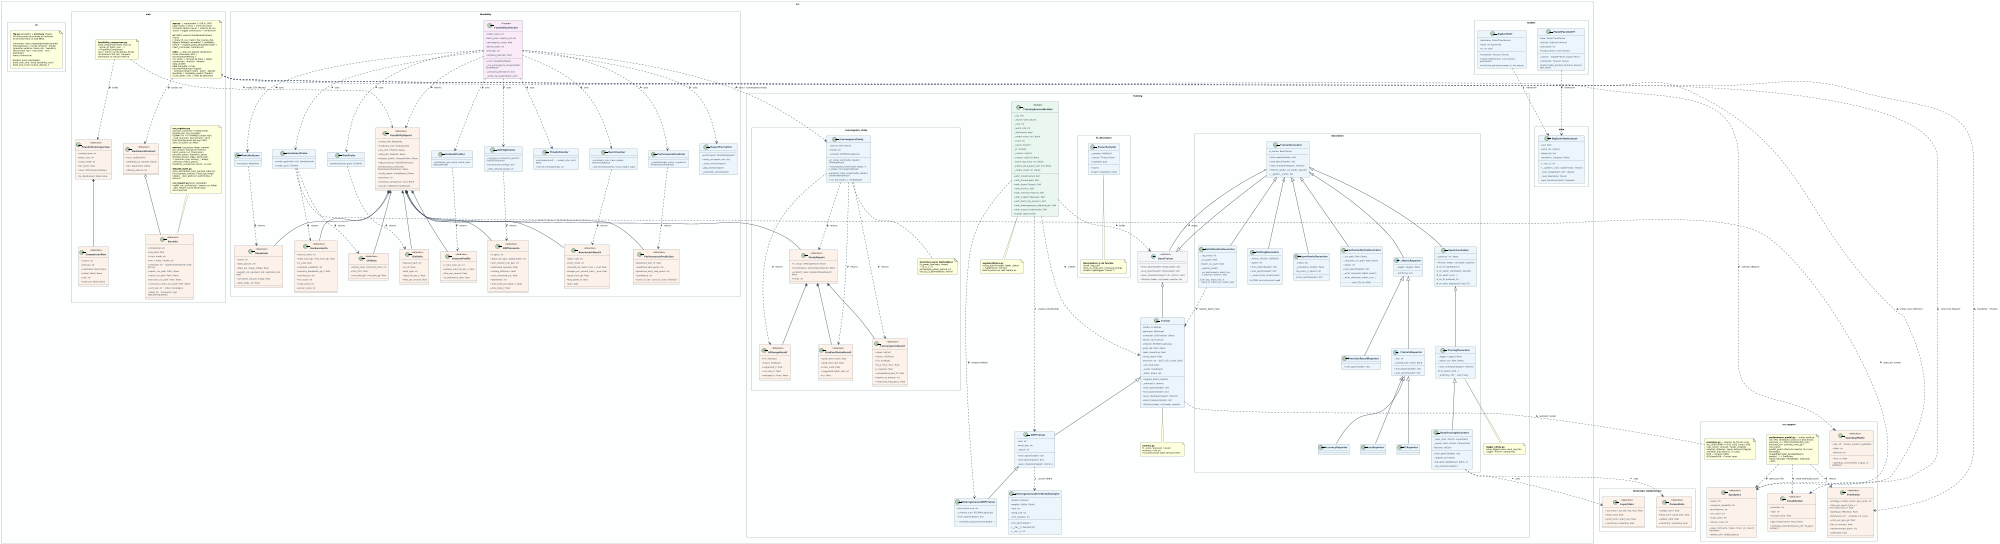
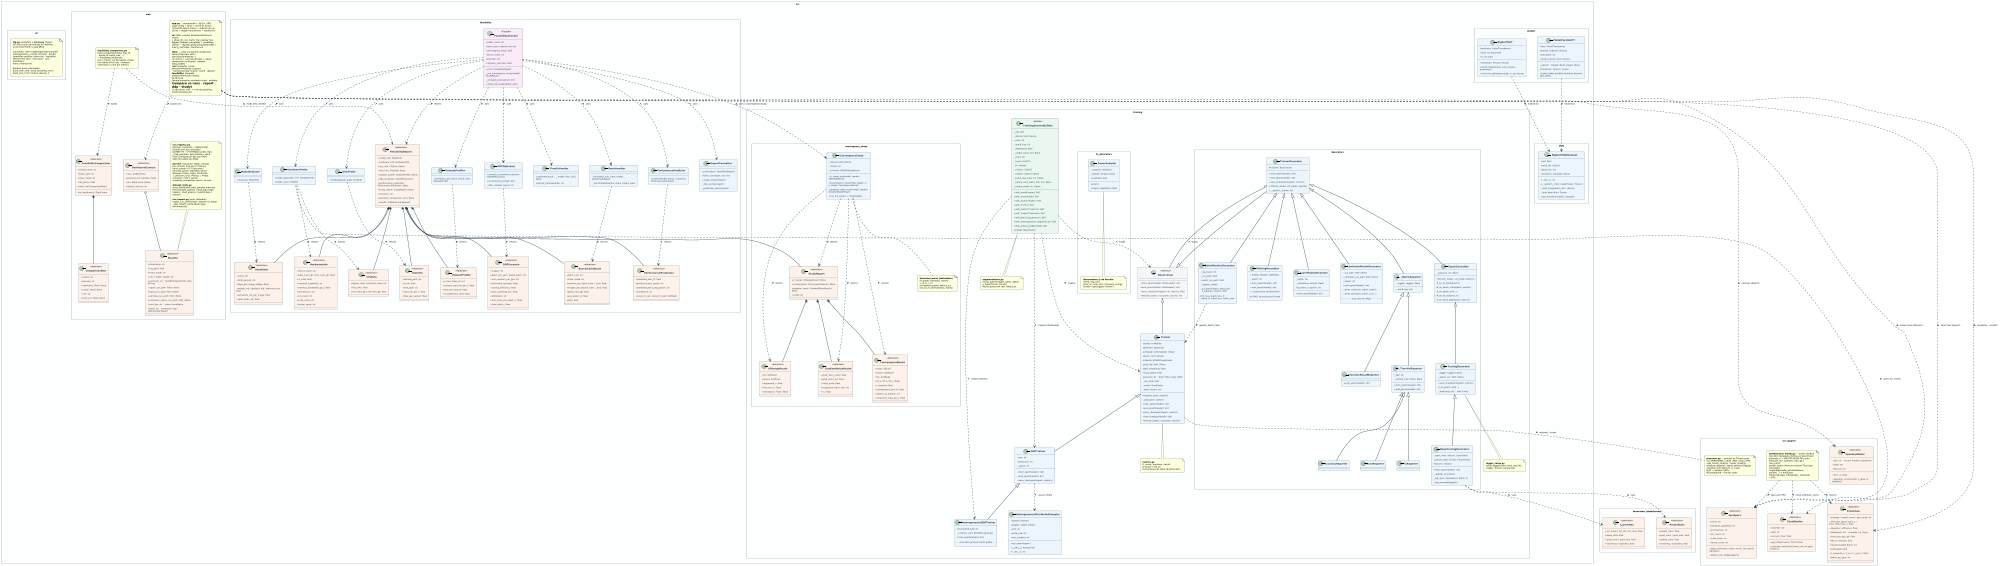
@startuml class_diagram
scale 2000 width
skinparam backgroundColor #FFFFFF
skinparam monochrome false
skinparam classAttributeIconSize 0
skinparam defaultFontName "DejaVu Sans"
skinparam defaultFontSize 9
skinparam classFontStyle bold
skinparam classFontSize 10
skinparam classHeaderBackgroundColor #1A5276
skinparam classBorderColor #2C3E50
skinparam classBackgroundColor #EBF5FB
skinparam arrowColor #2C3E50
skinparam arrowThickness 1.5
skinparam roundCorner 8
skinparam padding 4
skinparam nodesep 50
skinparam ranksep 55
skinparam wrapWidth 200
skinparam packageStyle rectangle
skinparam packageBorderColor #95A5A6
skinparam packageBackgroundColor #FDFEFE

' ════════════════════════════════════════════════════════════════
' PACKAGE: src.training
' ════════════════════════════════════════════════════════════════
package "src.training" #FDFEFE {

  abstract class BaseTrainer <<abstract>> {
    {abstract} + train_epoch(loader: DataLoader): dict
    {abstract} + eval_epoch(loader: DataLoader): dict
    {abstract} + save_checkpoint(epoch: int, metrics: dict)
    {abstract} + fit(train_loader, val_loader, epochs: int)
  }

  class Trainer {
    - model: nn.Module
    - optimizer: Optimizer
    - scheduler: LRScheduler | None
    - device: torch.device
    - criterion: BCEWithLogitsLoss
    - grad_clip: float | None
    - label_smoothing: float
    - mixup_alpha: float
    - precision: str  ' fp32 | tf32 | amp | bf16
    - _use_amp: bool
    - _scaler: GradScaler
    - _batch_hooks: list
    + register_batch_hook(fn)
    - _autocast(): context
    + train_epoch(loader): dict
    + eval_epoch(loader): dict
    + save_checkpoint(epoch, metrics)
    + load_checkpoint(path): dict
    + fit(train_loader, val_loader, epochs)
  }

  class DDPTrainer {
    - rank: int
    - world_size: int
    - _epoch: int
    ' precision reenviada a Trainer
    + train_epoch(loader): dict
    + eval_epoch(loader): dict
    + save_checkpoint(epoch, metrics)
  }

  class HeterogeneousDDPTrainer {
    - local_batch_size: int
    - _criterion_sum: BCEWithLogitsLoss
    + train_epoch(loader): dict
    .. normaliza grad por batch global ..
  }

  class TrainingSessionBuilder <<Builder>> {
    - _cfg: dict
    - _device: torch.device
    - _rank: int
    - _world_size: int
    - _distributed: bool
    - _model_name: str | None
    - _trace: str
    - _layers: list[str]
    - _fn: list[str]
    - _metrics: list[str]
    - _inspect: set[str] | None
    - _batch_log_every: int | None
    - _hetero_local_batch_size: int | None
    - _output_mode: str | None
    + with_model(name): Self
    + with_trace(mode): Self
    + with_layers(*layers): Self
    + with_fn(*fns): Self
    + with_metrics(*metrics): Self
    + with_inspect(*features): Self
    + with_batch_log_every(n): Self
    + with_heterogeneous_ddp(local_bs): Self
    + with_output_mode(mode): Self
    + build(): BaseTrainer
  }

  class HeterogeneousDistributedSampler {
    - dataset: Dataset
    - weights: list[int | float]
    - rank: int
    - world_size: int
    - num_samples: int
    + set_epoch(epoch)
    + __iter__(): Iterator[int]
    + __len__(): int
  }

  note as aug_note
    **augmentations.py**
    mixup_batch(images, labels, alpha)
    → tuple[Tensor, Tensor]
    Mezcla pares con coef. Beta(α,α).
  end note

  note as metrics_note
    **metrics.py**
    f1_score / precision / recall /
    accuracy / eta_str
    Funciones puras sobre tensores GPU.
  end note

  note as logger_note
    **logger_setup.py**
    setup_logger(name, level, log_file)
    Logger "trainer" compartido.
  end note

}

' ════════════════════════════════════════════════════════════════
' PACKAGE: src.training.convergence_study  (estudio empírico v4)
' ════════════════════════════════════════════════════════════════
package "src.training.convergence_study" #FDFEFE {

  class ConvergenceStudy {
    - _device: torch.device
    - _family: str
    - _criterion: BCEWithLogitsLoss
    + lr_range_test(model, loader): LRRangeResult
    + convergence_test(model, loader, lr, n_steps): ConvergenceResult
    + gradient_noise_scale(model, loader): GradientNoiseResult
    + run_full_study(...): StudyReport
  }

  class LRRangeResult <<dataclass>> {
    + lrs: list[float]
    + losses: list[float]
    + suggested_lr: float
    + min_loss_lr: float
    + diverged_lr: float | None
  }

  class ConvergenceResult <<dataclass>> {
    + steps: list[int]
    + losses: list[float]
    + f1s: list[float]
    + fit_a / fit_b / fit_c: float
    + r_squared: float
    + extrapolated_best_f1: float
    + epochs_to_plateau: int
    + measured_imgs_per_s: float
  }

  class GradientNoiseResult <<dataclass>> {
    + grad_norm_mean: float
    + grad_norm_std: float
    + noise_scale: float
    + suggested_batch_size: int
    + cv: float
  }

  class StudyReport <<dataclass>> {
    + lr_range: LRRangeResult | None
    + convergence: ConvergenceResult | None
    + gradient_noise: GradientNoiseResult | None
    + notes: str
  }

  note as fit_note
    **funciones puras (testeables)**
    fit_power_law(steps, losses)
    → (a, b, c, r²)
    extrapolate_power_law(a,b,c,t)
    loss_to_f1_estimate(loss, family)
  end note

}

' ════════════════════════════════════════════════════════════════
' PACKAGE: src.training.decorators
' ════════════════════════════════════════════════════════════════
package "src.training.decorators" #FDFEFE {

  class TrainerDecorator {
    # _trainer: BaseTrainer
    + train_epoch(loader): dict
    + eval_epoch(loader): dict
    + save_checkpoint(epoch, metrics)
    + fit(train_loader, val_loader, epochs)
    + __getattr__(name: str)
  }

  class EpochController {
    - _patience: int | None
    + fit(train_loader, val_loader, epochs)
    # _on_fit_start(epochs)
    # _on_epoch_start(epoch, epochs)
    # _on_epoch_end(...)
    # _on_fit_end(best_f1)
    # _on_early_stop(epoch, best_f1)
  }

  class TracingDecorator {
    - _logger: Logger | None
    - _epoch_csv: Path | None
    + save_checkpoint(epoch, metrics)
    # _on_epoch_end(...)
    - _emit(msg: str)  ' rank 0 only
  }

  class DeepTracingDecorator {
    - _layer_stats: dict[str, LayerStats]
    - _param_stats: dict[str, ParamStats]
    - features: set[str]
    + train_epoch(loader): dict
    - _register_all_hooks()
    - _log_layer_table(epoch, batch, n)
    - _log_anomalies(epoch)
  }

  class PlottingDecorator {
    - _history: dict[str, list[float]]
    - _epoch: int
    + train_epoch(loader): dict
    + eval_epoch(loader): dict
    + _record_train_result(result)
    .. sin PNG: acumula para la web ..
  }

  class LayerHooksDecorator {
    - _hooks: list
    - _activations: dict[str, float]
    - log_every_n_epochs: int
    + train_epoch(loader): dict
  }

  class ConfusionMatrixDecorator {
    - _csv_path: Path | None
    - _confusion_csv_path: Path | None
    - _epoch: int
    + eval_epoch(loader): dict
    - _write_csv(preds, labels, epoch)
    - _write_confusion_matrix_csv(...)
    .. solo CSV (sin PNG) ..
  }

  class BatchMonitorDecorator {
    - _log_every: int
    - _csv_path: Path
    + batch_csv_path: Path
    - _register_hook()
    - _on_batch(epoch, batch_idx,\n  n_batches, metrics: dict)
    .. CSV: loss, batch_loss, lr,\n  batch_f1, batch_acc, batch_prec ..
  }

  abstract class _MetricReporter {
    - _logger: Logger | None
    - _emit(msg: str)
  }

  abstract class _TrainValReporter {
    - _key: str
    - _cached_train: float | None
    + train_epoch(loader): dict
    + eval_epoch(loader): dict
  }

  class LossReporter
  class F1Reporter
  class AccuracyReporter
  class PrecisionRecallReporter {
    + eval_epoch(loader): dict
  }

}

' ════════════════════════════════════════════════════════════════
' PACKAGE: src.training.decorators — dataclasses internas
' ════════════════════════════════════════════════════════════════
package "decorators (dataclasses)" #FDFEFE {

  class LayerStats <<dataclass>> {
    + act_mean / act_std / act_max: float
    + dead_ratio: float
    + grad_norm / grad_max: float
    + vanishing / exploding: bool
  }

  class ParamStats <<dataclass>> {
    + weight_norm: float
    + grad_norm / grad_max: float
    + update_ratio: float
    + vanishing / exploding: bool
  }

}

' ════════════════════════════════════════════════════════════════
' PACKAGE: src.training.fn_decorators
' ════════════════════════════════════════════════════════════════
package "src.training.fn_decorators" #FDFEFE {

  class _PowerSampler {
    - _samples: list[float]
    - _thread: Thread | None
    + available: bool
    + start()
    + stop(): tuple[float, float]
  }

  note as fn_note
    **Decoradores @ de función**
    timed / log_call /
    retry_on_cuda_oom / measure_energy
    Rutean a getLogger("trainer").
  end note

  _PowerSampler .. fn_note

}

' ════════════════════════════════════════════════════════════════
' PACKAGE: src.models / src.data
' ════════════════════════════════════════════════════════════════
package "src.models" #FDFEFE {
  class BigEarthViT {
    - backbone: VisionTransformer
    - head: nn.Sequential
    + is_vit: bool
    + forward(x: Tensor): Tensor
    + build_model(name, num_classes, pretrained)
    + build_llrd_optimizer(model, lr, wd, decay)
  }

  class ModelParallelViT {
    ' paralelismo de modelo (pipeline naive)
    - base: VisionTransformer
    - devices: list[torch.device]
    - split_block: int
    + output_device: torch.device
    - _place()  ' stage0→dev0, stage1→dev1
    + forward(x: Tensor): Tensor
    + build_model_parallel_vit(name, devices, split_block)
  }
}

' ════════════════════════════════════════════════════════════════
' PACKAGE: src (módulos de soporte — feasibility/web)
' ════════════════════════════════════════════════════════════════
package "src.support" as support #FDFEFE {

  class GpuSpecs <<dataclass>> {
    + name: str
    + compute_capability: str
    + architecture: str
    + sm_count: int
    + cuda_cores: int
    + tensor_cores: int
    + specs_for(name, major, minor, sm_count): GpuSpecs
    + detect_all(): list[GpuSpecs]
  }

  class SpeedupModel <<dataclass>> {
    + key: str  ' linear | amdahl | gustafson
    + label: str
    + formula: str
    + fn(n, s): float
    + speedup_curve(model, n_gpus, s): list[float]
  }

  class CloudOption <<dataclass>> {
    + provider: str
    + gpu: str
    + usd_per_hour: float
    + gpu_tflops(name): float | None
    + estimate_costs(total_hours_ref, ref_gpu): list[dict]
  }

  class Prediction <<dataclass>> {
    ' src.performance_model — predictor analítico
    + strategy / model_name / gpu_name: str
    + time_per_epoch_train_s / time_total_train_s: float
    + speedup / efficiency: float
    + bottleneck: str  ' compute | io | sync
    + vram_per_gpu_gb: float
    + fits_in_memory: bool
    + recommended_batch: int
    + calibrated: bool
+     + t_compute_s / t_io_s / t_sync_s: float
+     + batch_per_gpu: int
  }

  note as perfmodel_note
    **performance_model.py** — motor analítico
    (sin GPU, testeable). Estima sin benchmark:
    estimate_rc = MFU·TFLOPS/FLOPs_train
    estimate_rio / estimate_vram_gb / max_batch
    predict_epoch (fórmula maestra T(n,π) por
    estrategia: single/ddp/model_parallel/hetero)
    predict(...) → Prediction
    Tablas GpuSpec / ModelSpec. Calibrado <10%.
  end note

  note as precision_note
    **precision.py** — selector de Tensor cores
    ALL_PRECISIONS = fp32 | tf32 | amp | bf16
    uses_tensor_cores(p) / needs_scaler(p)
    autocast_dtype(p) / apply_backend_flags(p)
    available_precisions(cc, is_cuda)
    fp32 → núcleos CUDA;
    tf32/amp/bf16 → Tensor cores
  end note
}

package "src.data" #FDFEFE {
  class BigEarthNetDataset {
    - root: Path
    - patch_ids: list[str]
    - labels_list: list
    - transform: Compose | None
    + __len__(): int
    + __getitem__(idx): tuple[Tensor, Tensor]
    - _load_image(patch_dir): ndarray
    - _load_labels(idx): Tensor
    + get_transforms(split): Compose
  }
}

' ════════════════════════════════════════════════════════════════
' PACKAGE: src.feasibility (SRP package; scripts/check_feasibility.py is now a thin CLI)
' ════════════════════════════════════════════════════════════════
package "src.feasibility" #FDFEFE {

  class ModelInfo <<dataclass>> {
    + name: str
    + total_params: int
    + flops_per_image_mflops: float
    + weight_mb / gradient_mb / optimizer_mb: float
    + activation_mb_per_image: float
    + total_static_mb: float
  }

  class HardwareInfo <<dataclass>> {
    + device_name: str
    + total_vram_gb / free_vram_gb: float
    + is_cuda: bool
    + compute_capability: str
    + memory_bandwidth_gb_s: float
    + architecture: str
    + sm_count: int
    + cuda_cores: int
    + tensor_cores: int
  }

  class CPUInfo <<dataclass>> {
    + logical_cores / physical_cores: int
    + freq_mhz: float
    + ram_total_gb / ram_free_gb: float
  }

  class DiskInfo <<dataclass>> {
    + dataset_path: str
    + is_nfs: bool
    + disk_type: str
    + read_mb_per_s: float
    + files_per_second: float
  }

  class DatasetProfile <<dataclass>> {
    + n_files_total_est: int
    + sample_read_mb_per_s: float
    + files_per_second: float
    + io_bottleneck_ratio: float
  }

  class DDPScenario <<dataclass>> {
    + n_gpus: int
    + batch_per_gpu / global_batch: int
    + num_workers_per_gpu: int
    + estimated_speedup: float
    + scaling_efficiency: float
    + sync_overhead_pct: float
    + bottleneck: str
    + time_train_per_epoch_s: float
    + time_total_s: float
  }

  class PerformancePrediction <<dataclass>> {
    + predicted_best_f1: float
    + predicted_best_epoch: int
    + predicted_early_stop_epoch: int
    + confidence: str
    + curve_f1_val / curve_f1_train: list[float]
  }

  class BenchmarkResult <<dataclass>> {
    + batch_size: int
    + trace_mode: str
    + seconds_per_batch_train / _eval: float
    + images_per_second_train / _eval: float
    + peak_vram_gb: float
    + avg_power_w: float
    + oom: bool
  }

  class FeasibilityReport <<dataclass>> {
    + model_info: ModelInfo
    + hardware_info: HardwareInfo
    + cpu_info: CPUInfo | None
    + disk_info: DiskInfo | None
    + dataset_profile: DatasetProfile | None
    + ddp_scenarios: list[DDPScenario]
    + performance_prediction: PerformancePrediction | None
    + study_report: StudyReport | None
    + precision: str
    + precision_comparison: dict | None
    + results: list[BenchmarkResult]
  }

  class ModelAnalyzer {
    + analyze(): ModelInfo
  }
  class HardwareProbe {
    + probe_gpu(index: int): HardwareInfo
    + probe_cpu(): CPUInfo
  }
  class DiskProbe {
    + probe(dataset_path): DiskInfo
  }
  class DatasetProfiler {
    + profile(sec_per_batch, batch_size): DatasetProfile
  }
  class Benchmarker {
    + run(batch_size, trace_mode): BenchmarkResult
    - _benchmark(batches, trace_mode): tuple
  }
  class TimeEstimator {
    + estimate(result, ..., model_info): dict | None
    + format_time(seconds): str
  }
  class DDPOptimizer {
    + compute_scenarios(n_epochs): list[DDPScenario]
    + recommend_config(): dict
    - _infer_network_type(): str
  }
  class PerformancePredictor {
    + predict(model_name, n_epochs): PerformancePrediction
  }
  class ReportFormatter {
    + print(report: FeasibilityReport)
    + write_csv(report, env: str)
    - _study_section(report)
    - _ddp_section(report)
    - _prediction_section(pred)
  }
  class FeasibilityChecker <<Facade>> {
    - model_name: str
    - batch_sizes / epochs_list: list
    - convergence_study: bool
    - device_index: int
    - precision: str
    - compare_precision: bool
    + run(): FeasibilityReport
    - _run_convergence_study(model): StudyReport
    - _compare_precisions(): dict
    - _build_real_loader(batch_size)
  }

}

' ════════════════════════════════════════════════════════════════
' PACKAGE: src.web
' ════════════════════════════════════════════════════════════════
package "src.web" #FDFEFE {

  class RunInfo <<dataclass>> {
    + timestamp: str
    + log_path: Path
    + trace_mode: str
    + env / mode / model: str
    + precision: str  ' fp32/tf32/amp/bf16, leída del log
    + epoch_csv_path: Path | None
    + batch_csv_path: Path | None
    + perclass_csv_path: Path | None
    + confusion_matrix_csv_path: Path | None
    + sort_key: str  ' orden cronológico
    + label: str  ' compacto, tags [ddp]/[amp]/[deep]
  }

  class FeasibilityComparison <<dataclass>> {
    + model_name: str
    + batch_size: int
    + trace_mode: str
    + nfs_factor: float
    + rows: list[ComparisonRow]
    + to_dataframe(): DataFrame
  }

  class ComparisonRow <<dataclass>> {
    + metric: str
    + formula: str
    + estimated: float | None
    + actual: float | None
    + unit: str
    + error_pct: float | None
  }

  note as cmp_note
    **feasibility_comparison.py**
    build_comparison(meta, feas_df,
      actual_df, batch_size, ...)
    → FeasibilityComparison
    Usa n_train/n_val del bloque #sizes
    (no asume el full set). Compara
    estimación vs real por métrica.
  end note

  class DashboardContext <<dataclass>> {
    ' src.web.ui.context — estado compartido (ctx)
    + runs: list[RunInfo]
    + selected_run: RunInfo | None
    + run: DataFrame | None
    + refresh_interval: int
  }

  note as web_note
    **run_registry.py**
    discover_runs(root) → list[RunInfo]
    RunInfo.sort_key normaliza
    DDMMYYYY → YYYYMMDD (orden real).
    _read_precision: lee precision= de la
    línea Configuración del log (4 KB).
    Solo CSV paths (sin PNG).

    **parsers**: log_parser (deep: campos
    por nombre; energía \w*Trainer),
    batch_parser (v3: f1/acc/prec),
    perclass_parser, feasibility_parser
    (bloques #sizes, #gpu, #precision,
    #precision_cmp, #study_*, #ddp),
    confusion_matrix_parser,
    feasibility_comparison (estim. vs real)

    **dataset_stats.py**
    class_distribution_from_parquet (ndarray)
    find_example_patches / load_rgb_image
    helpers._class_gallery (1 patch/clase, 1 lectura)

    **run_import.py** (puro, testeable)
    import_run_archive(zip) / import_run_folder
    _dest_relpath (corta desde logs/, anti-traversal)
  end note

  note as web_arch_note
    **app.py** — orquestador (~220 ln, SRP)
    page config + tema + menú de iconos
    (streamlit-option-menu) + selector de run
    activo + toggle claro/oscuro → render(ctx)

    **ui/** (SRP): context (DashboardContext),
    charts (_show/_dl_csv/_metric_fig/_overlay_fig),
    helpers (loaders cacheados + utilidades),
    theme — register_plotly_template(mode) +
    inject_css(mode): claro/oscuro

    **tabs/** — cada uno expone render(ctx):
    home (Overview: KPIs + barras/tarta/treemap +
    run activo + carrusel de fotos + tabla) ·
-     comparison · analysis · dataset · data_models ·
+     comparison (unificado) · dataset · data_models ·
    **run/** (paquete: curves · perclass=heatmap+support
    · confusions=top+matriz · batch · details) ·
-     feasibility + feasibility_predict (Predict)
-     (5 secciones, máx. 1 nivel de pestañas)
+     **feasibility/** (paquete: predict=formulario+tablas
+     de fórmula tiempo/memoria+escalado+coste · validate
+     =Compare vs runs · report · ddp · study)
+     (5 secciones, máx. 1 nivel de pestañas; modo claro/oscuro)
  end note

}

' ════════════════════════════════════════════════════════════════
' PACKAGE: src.cli (CLI unificado tipo `tfg <comando>`)
' ════════════════════════════════════════════════════════════════
package "src.cli" #FDFEFE {
  note as cli_note
    **tfg.py** (lanzador) + **src/cli.py** (Typer)
    Un único punto de entrada en terminal:
    el terminal HACE, la web MIRA.

    Comandos: train (single/ddp/model-parallel/
    heterogeneous → script correcto) · predict
    (predictor analítico, tabla rich) · feasibility
    (benchmark real) · eval (test) · runs · dashboard ·
    menu (interactivo)

    Builders puros (testeados):
    build_train_cmd / build_feasibility_cmd /
    build_eval_cmd / resolve_dataset_n
  end note
}

' ════════════════════════════════════════════════════════════════
' RELACIONES DE HERENCIA
' ════════════════════════════════════════════════════════════════

BaseTrainer <|-- Trainer
Trainer <|-- DDPTrainer
DDPTrainer <|-- HeterogeneousDDPTrainer
BaseTrainer <|-- TrainerDecorator

TrainerDecorator <|-- EpochController
TrainerDecorator <|-- PlottingDecorator
TrainerDecorator <|-- LayerHooksDecorator
TrainerDecorator <|-- ConfusionMatrixDecorator
TrainerDecorator <|-- BatchMonitorDecorator
TrainerDecorator <|-- _MetricReporter

EpochController <|-- TracingDecorator
TracingDecorator <|-- DeepTracingDecorator

_MetricReporter <|-- _TrainValReporter
_MetricReporter <|-- PrecisionRecallReporter
_TrainValReporter <|-- LossReporter
_TrainValReporter <|-- F1Reporter
_TrainValReporter <|-- AccuracyReporter

' ════════════════════════════════════════════════════════════════
' RELACIONES DE COMPOSICIÓN / DEPENDENCIA
' ════════════════════════════════════════════════════════════════

TrainerDecorator o-- BaseTrainer : wraps >

TrainingSessionBuilder ..> BaseTrainer : builds >
TrainingSessionBuilder ..> Trainer : creates >
TrainingSessionBuilder ..> DDPTrainer : creates (distributed) >
TrainingSessionBuilder ..> HeterogeneousDDPTrainer : creates (hetero) >
TrainingSessionBuilder ..> aug_note : uses >

DDPTrainer ..> HeterogeneousDistributedSampler : usa en hetero >

DeepTracingDecorator ..> LayerStats : uses >
DeepTracingDecorator ..> ParamStats : uses >
BatchMonitorDecorator ..> Trainer : register_batch_hook >

ConvergenceStudy ..> LRRangeResult : returns >
ConvergenceStudy ..> ConvergenceResult : returns >
ConvergenceStudy ..> GradientNoiseResult : returns >
ConvergenceStudy ..> StudyReport : returns >
ConvergenceStudy .. fit_note
StudyReport *-- LRRangeResult
StudyReport *-- ConvergenceResult
StudyReport *-- GradientNoiseResult

FeasibilityChecker ..> ModelAnalyzer : uses >
FeasibilityChecker ..> HardwareProbe : uses >
FeasibilityChecker ..> DiskProbe : uses >
FeasibilityChecker ..> DatasetProfiler : uses >
FeasibilityChecker ..> Benchmarker : uses >
FeasibilityChecker ..> TimeEstimator : uses >
FeasibilityChecker ..> DDPOptimizer : uses >
FeasibilityChecker ..> PerformancePredictor : uses >
FeasibilityChecker ..> ReportFormatter : uses >
FeasibilityChecker ..> ConvergenceStudy : uses (--convergence-study) >

ModelAnalyzer ..> ModelInfo : returns >
HardwareProbe ..> HardwareInfo : returns >
HardwareProbe ..> GpuSpecs : specs_for (cores) >
HardwareProbe ..> CPUInfo : returns >
DiskProbe ..> DiskInfo : returns >
DatasetProfiler ..> DatasetProfile : returns >
Benchmarker ..> BenchmarkResult : returns >
DDPOptimizer ..> DDPScenario : returns >
PerformancePredictor ..> PerformancePrediction : returns >
FeasibilityChecker ..> FeasibilityReport : returns >

FeasibilityReport *-- ModelInfo
FeasibilityReport *-- HardwareInfo
FeasibilityReport *-- CPUInfo
FeasibilityReport *-- DiskInfo
FeasibilityReport *-- DatasetProfile
FeasibilityReport *-- DDPScenario
FeasibilityReport *-- PerformancePrediction
FeasibilityReport *-- BenchmarkResult
FeasibilityReport o-- StudyReport

BigEarthViT ..> BigEarthNetDataset : trained on >
ModelParallelViT ..> BigEarthNetDataset : trained on >

Trainer ..> metrics_note : uses >
Trainer ..> precision_note : autocast / scaler >
TracingDecorator ..> logger_note : uses >
web_note ..> RunInfo : creates >

' ── web modular (SRP): orquestador + ui/ + tabs/ ──
web_arch_note ..> DashboardContext : passes ctx >
DashboardContext o-- RunInfo
web_arch_note ..> SpeedupModel : overlays (Report) >
web_arch_note ..> CloudOption : cloud cost (Report) >
web_arch_note ..> GpuSpecs : shows cores (Monitor) >
web_arch_note ..> Prediction : Feasibility → Predict >
perfmodel_note ..> Prediction : returns >
perfmodel_note ..> GpuSpecs : specs por GPU >
perfmodel_note ..> CloudOption : coste (estimate_costs) >

FeasibilityComparison *-- ComparisonRow
cmp_note ..> FeasibilityComparison : builds >
cmp_note ..> FeasibilityReport : reads CSV (#sizes) >

' ════════════════════════════════════════════════════════════════
' ESTILOS POR TIPO
' ════════════════════════════════════════════════════════════════

skinparam class {
  HeaderBackgroundColor #1A5276
  BackgroundColor #EBF5FB
  BorderColor #2C3E50
  FontColor #FFFFFF
  AttributeFontColor #2C3E50
}

skinparam class<<abstract>> {
  HeaderBackgroundColor #1B2631
  BackgroundColor #F4F6F7
}

skinparam class<<dataclass>> {
  HeaderBackgroundColor #6E2F04
  BackgroundColor #FDF2E9
}

skinparam class<<Facade>> {
  HeaderBackgroundColor #512E5F
  BackgroundColor #F9EBF8
}

skinparam class<<Builder>> {
  HeaderBackgroundColor #145A32
  BackgroundColor #E9F7EF
}

@enduml
